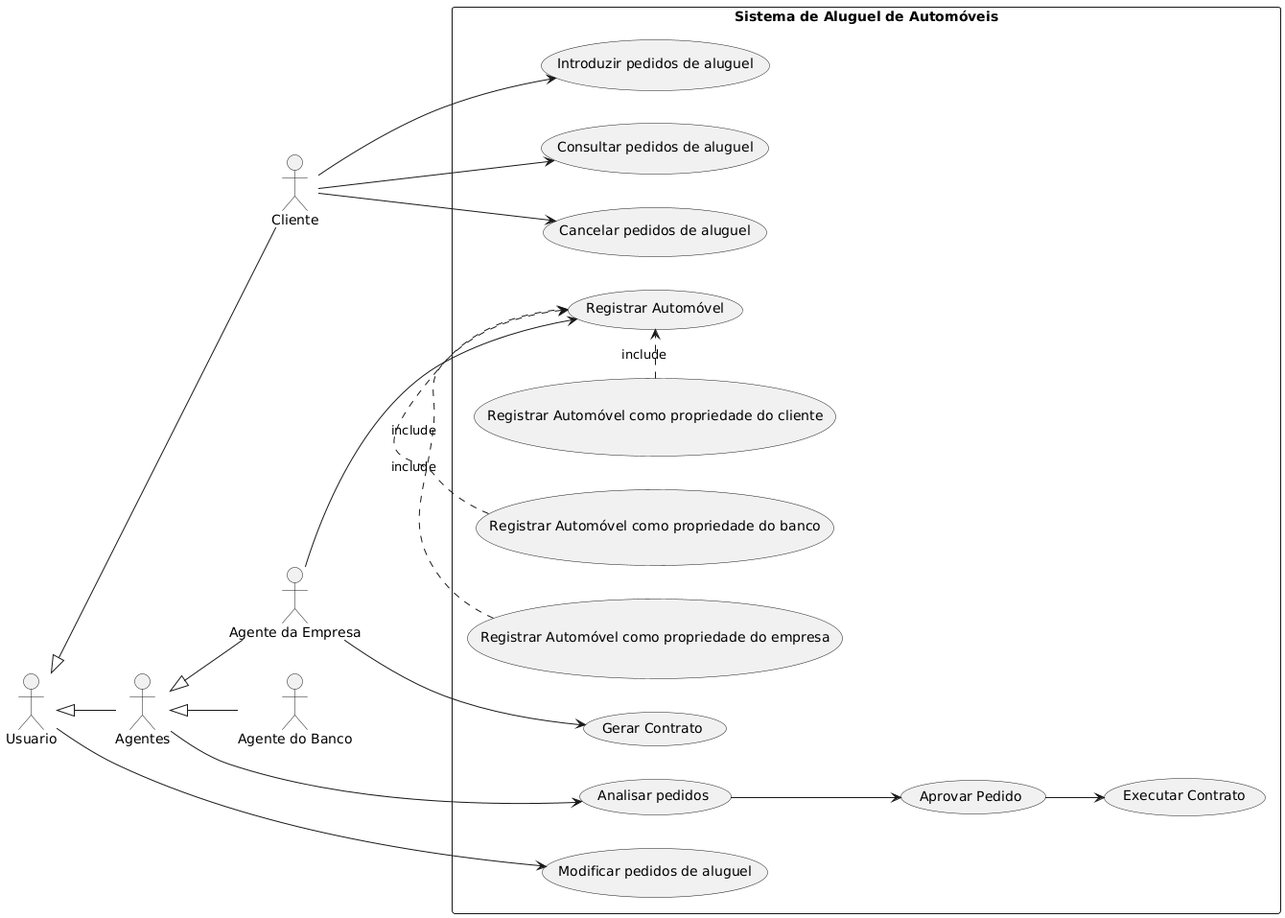
Earlier version of the PlantUML export project/img/casoDeUso.png (Eduuhms/LDS-Aluguel-de-carros).
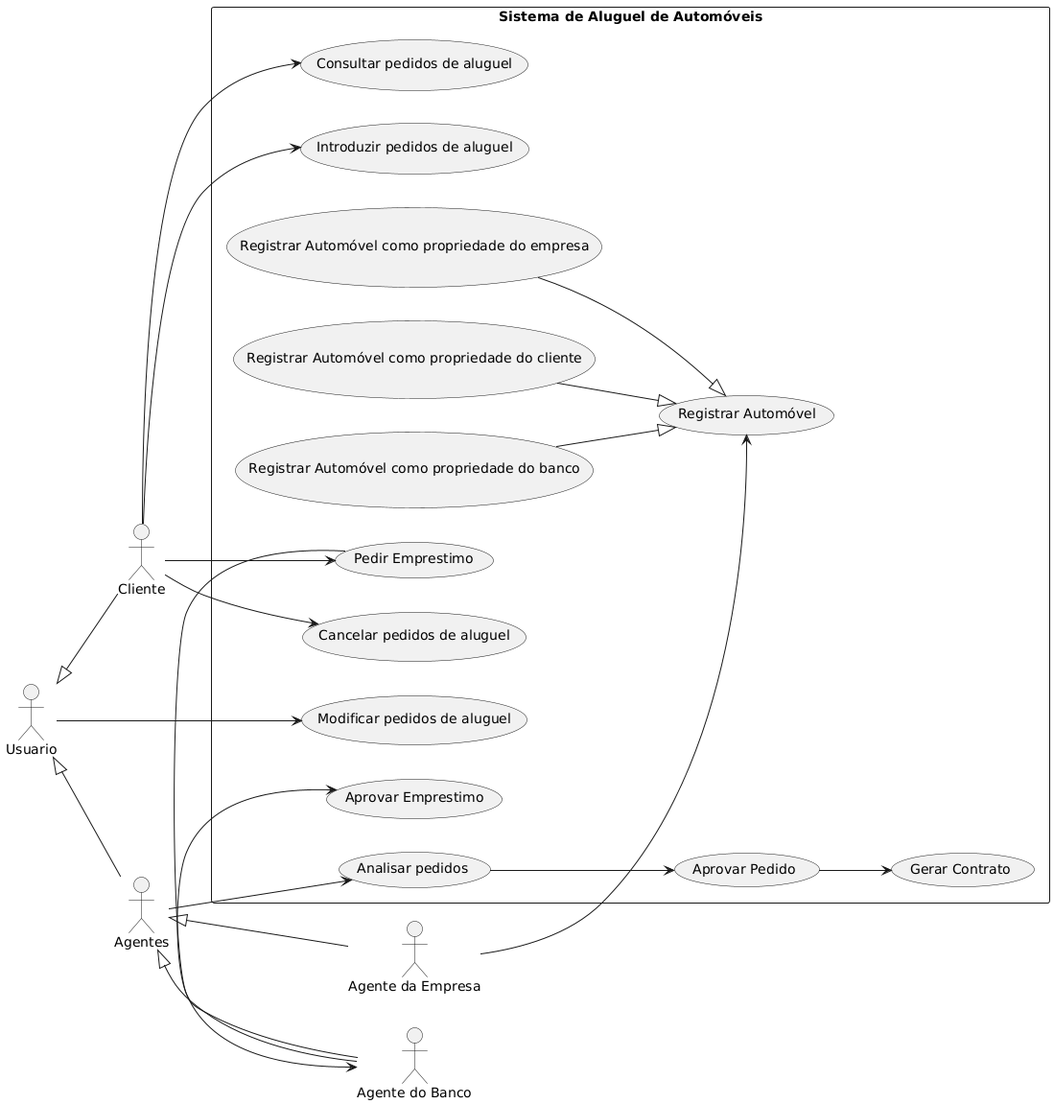
Later version of the same file.

Commit message:
Arrumando caso de uso e historia de usuario

Diff of the diagram source:
```diff
@@ -18,17 +18,21 @@
         a --> (Analisar pedidos)
 
 
+
         (Analisar pedidos) --> (Aprovar Pedido)
-        (Aprovar Pedido) --> (Executar Contrato)
+        (Aprovar Pedido) --> (Gerar Contrato)
 
 
         (Registrar Automóvel) as r
-        (Registrar Automóvel como propriedade do cliente) .> r : include
-        (Registrar Automóvel como propriedade do empresa) .> r : include
-        (Registrar Automóvel como propriedade do banco) .> r : include
+        (Registrar Automóvel como propriedade do cliente) --|> r
+        (Registrar Automóvel como propriedade do empresa) --|> r
+        (Registrar Automóvel como propriedade do banco) --|> r
         ae --> r
 
-        ae --> (Gerar Contrato)
+        c --> (Pedir Emprestimo)
+        (Pedir Emprestimo) -->ab
+
+        ab--> (Aprovar Emprestimo)
 
 }
         u <|-- c
```
